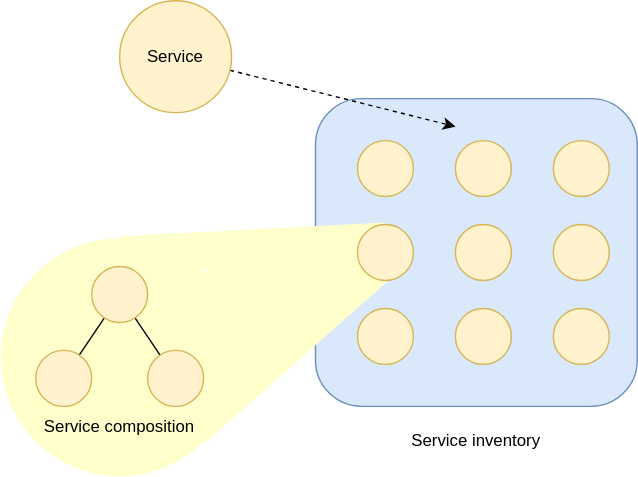
The draw.io diagram thesis/src/images/soa_architecture.svg in founek2/diploma-thesis, before a commit. Source tidied: cells renumbered, new cells last; positions are measured from the earlier drawing's top-left corner, leaving out a move shared by most shapes. Its diagram source:
```xml
<mxGraphModel>
  <root>
    <mxCell id="0" />
    <mxCell id="1" parent="0" />
    <mxCell id="2" style="rounded=1;whiteSpace=wrap;html=1;fillColor=#dae8fc;strokeColor=#6c8ebf;" parent="1" vertex="1">
      <mxGeometry x="225" y="70" width="230" height="220" as="geometry" />
    </mxCell>
    <mxCell id="3" style="rounded=0;jettySize=auto;html=1;dashed=1;entryX=0.435;entryY=0.091;entryDx=0;entryDy=0;entryPerimeter=0;" parent="1" edge="1" source="4" target="2">
      <mxGeometry relative="1" as="geometry" />
    </mxCell>
    <mxCell id="4" value="Service" style="ellipse;whiteSpace=wrap;html=1;fillColor=#fff2cc;strokeColor=#d6b656;" parent="1" vertex="1">
      <mxGeometry x="85" width="80" height="80" as="geometry" />
    </mxCell>
    <mxCell id="5" style="ellipse;whiteSpace=wrap;html=1;fillColor=#fff2cc;strokeColor=#d6b656;" parent="1" vertex="1">
      <mxGeometry x="255" y="100" width="40" height="40" as="geometry" />
    </mxCell>
    <mxCell id="6" style="ellipse;whiteSpace=wrap;html=1;fillColor=#fff2cc;strokeColor=#d6b656;" parent="1" vertex="1">
      <mxGeometry x="325" y="100" width="40" height="40" as="geometry" />
    </mxCell>
    <mxCell id="7" style="ellipse;whiteSpace=wrap;html=1;fillColor=#fff2cc;strokeColor=#d6b656;" parent="1" vertex="1">
      <mxGeometry x="395" y="100" width="40" height="40" as="geometry" />
    </mxCell>
    <mxCell id="8" style="ellipse;whiteSpace=wrap;html=1;fillColor=#fff2cc;strokeColor=#d6b656;" parent="1" vertex="1">
      <mxGeometry x="325" y="160" width="40" height="40" as="geometry" />
    </mxCell>
    <mxCell id="9" style="ellipse;whiteSpace=wrap;html=1;fillColor=#fff2cc;strokeColor=#d6b656;" parent="1" vertex="1">
      <mxGeometry x="395" y="160" width="40" height="40" as="geometry" />
    </mxCell>
    <mxCell id="10" style="ellipse;whiteSpace=wrap;html=1;fillColor=#fff2cc;strokeColor=#d6b656;" parent="1" vertex="1">
      <mxGeometry x="255" y="220" width="40" height="40" as="geometry" />
    </mxCell>
    <mxCell id="11" style="ellipse;whiteSpace=wrap;html=1;fillColor=#fff2cc;strokeColor=#d6b656;" parent="1" vertex="1">
      <mxGeometry x="325" y="220" width="40" height="40" as="geometry" />
    </mxCell>
    <mxCell id="12" style="ellipse;whiteSpace=wrap;html=1;fillColor=#fff2cc;strokeColor=#d6b656;" parent="1" vertex="1">
      <mxGeometry x="395" y="220" width="40" height="40" as="geometry" />
    </mxCell>
    <mxCell id="13" value="Service inventory" style="text;html=1;strokeColor=none;fillColor=none;align=center;verticalAlign=middle;whiteSpace=wrap;rounded=0;" parent="1" vertex="1">
      <mxGeometry x="290" y="300" width="100" height="30" as="geometry" />
    </mxCell>
    <mxCell id="14" style="endArrow=none;html=1;rounded=0;exitX=0.5;exitY=0;exitDx=0;exitDy=0;fillColor=#fff2cc;strokeColor=#FFFFCC;strokeWidth=3;entryX=0.5;entryY=0;entryDx=0;entryDy=0;" parent="1" edge="1" source="21" target="20">
      <mxGeometry relative="1" as="geometry" />
    </mxCell>
    <mxCell id="15" style="endArrow=none;html=1;rounded=0;exitX=1;exitY=1;exitDx=0;exitDy=0;entryX=0.5;entryY=1;entryDx=0;entryDy=0;fillColor=#fff2cc;strokeColor=#FFFFCC;strokeWidth=3;" parent="1" edge="1" source="21" target="20">
      <mxGeometry relative="1" as="geometry" />
    </mxCell>
    <mxCell id="16" style="endArrow=none;html=1;rounded=0;exitX=1;exitY=1;exitDx=0;exitDy=0;entryX=0.5;entryY=1;entryDx=0;entryDy=0;fillColor=#fff2cc;strokeColor=#FFFFCC;strokeWidth=24;" parent="1" edge="1">
      <mxGeometry relative="1" as="geometry">
        <mxPoint x="145" y="300" as="sourcePoint" />
        <mxPoint x="275" y="185" as="targetPoint" />
      </mxGeometry>
    </mxCell>
    <mxCell id="17" style="endArrow=none;html=1;rounded=0;exitX=0.111;exitY=0.714;exitDx=0;exitDy=0;entryX=0.5;entryY=1;entryDx=0;entryDy=0;fillColor=#fff2cc;strokeColor=#FFFFCC;strokeWidth=24;exitPerimeter=0;" parent="1" edge="1">
      <mxGeometry relative="1" as="geometry">
        <mxPoint x="105" y="290" as="sourcePoint" />
        <mxPoint x="270.6" y="181.4" as="targetPoint" />
      </mxGeometry>
    </mxCell>
    <mxCell id="18" style="endArrow=none;html=1;rounded=0;entryX=0.5;entryY=1;entryDx=0;entryDy=0;fillColor=#fff2cc;strokeColor=#FFFFCC;strokeWidth=24;exitX=0.618;exitY=0.059;exitDx=0;exitDy=0;exitPerimeter=0;" parent="1" edge="1">
      <mxGeometry relative="1" as="geometry">
        <mxPoint x="97" y="183" as="sourcePoint" />
        <mxPoint x="272.5" y="173" as="targetPoint" />
      </mxGeometry>
    </mxCell>
    <mxCell id="19" style="endArrow=none;html=1;rounded=0;fillColor=#fff2cc;strokeColor=#FFFFCC;strokeWidth=49;" parent="1" edge="1">
      <mxGeometry relative="1" as="geometry">
        <mxPoint x="119.7" y="226.9" as="sourcePoint" />
        <mxPoint x="245" y="190" as="targetPoint" />
      </mxGeometry>
    </mxCell>
    <mxCell id="20" style="ellipse;whiteSpace=wrap;html=1;fillColor=#fff2cc;strokeColor=#d6b656;" parent="1" vertex="1">
      <mxGeometry x="255" y="160" width="40" height="40" as="geometry" />
    </mxCell>
    <mxCell id="21" style="ellipse;whiteSpace=wrap;html=1;strokeColor=none;fillColor=#FFFFCC;" parent="1" vertex="1">
      <mxGeometry y="170" width="170" height="170" as="geometry" />
    </mxCell>
    <mxCell id="22" style="rounded=0;jettySize=auto;html=1;endArrow=none;endFill=0;" parent="1" edge="1" source="24" target="25">
      <mxGeometry relative="1" as="geometry" />
    </mxCell>
    <mxCell id="23" style="rounded=0;jettySize=auto;html=1;endArrow=none;endFill=0;" parent="1" edge="1" source="24" target="26">
      <mxGeometry relative="1" as="geometry" />
    </mxCell>
    <mxCell id="24" style="ellipse;whiteSpace=wrap;html=1;fillColor=#fff2cc;strokeColor=#d6b656;" parent="1" vertex="1">
      <mxGeometry x="65" y="190" width="40" height="40" as="geometry" />
    </mxCell>
    <mxCell id="25" style="ellipse;whiteSpace=wrap;html=1;fillColor=#fff2cc;strokeColor=#d6b656;" parent="1" vertex="1">
      <mxGeometry x="105" y="250" width="40" height="40" as="geometry" />
    </mxCell>
    <mxCell id="26" style="ellipse;whiteSpace=wrap;html=1;fillColor=#fff2cc;strokeColor=#d6b656;" parent="1" vertex="1">
      <mxGeometry x="25" y="250" width="40" height="40" as="geometry" />
    </mxCell>
    <mxCell id="27" value="&lt;div&gt;Service composition&lt;/div&gt;" style="text;html=1;strokeColor=none;fillColor=none;align=center;verticalAlign=middle;whiteSpace=wrap;rounded=0;" parent="1" vertex="1">
      <mxGeometry x="25" y="290" width="120" height="30" as="geometry" />
    </mxCell>
  </root>
</mxGraphModel>
```
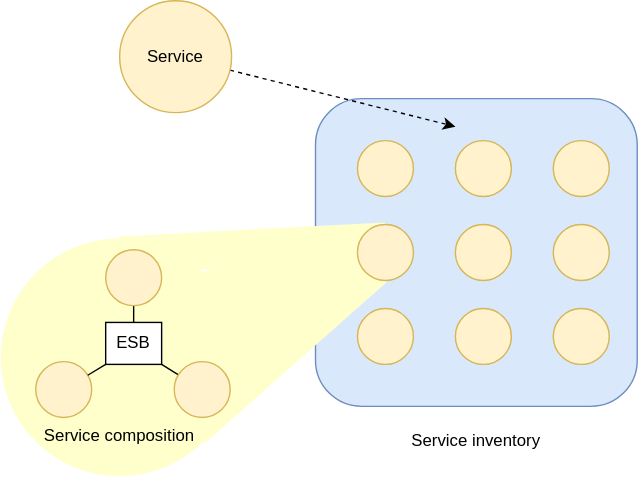
After the change.

Change to the diagram source:
```diff
@@ -74,23 +74,29 @@
     <mxCell id="21" style="ellipse;whiteSpace=wrap;html=1;strokeColor=none;fillColor=#FFFFCC;" parent="1" vertex="1">
       <mxGeometry y="170" width="170" height="170" as="geometry" />
     </mxCell>
-    <mxCell id="22" style="rounded=0;jettySize=auto;html=1;endArrow=none;endFill=0;" parent="1" edge="1" source="24" target="25">
-      <mxGeometry relative="1" as="geometry" />
-    </mxCell>
-    <mxCell id="23" style="rounded=0;jettySize=auto;html=1;endArrow=none;endFill=0;" parent="1" edge="1" source="24" target="26">
-      <mxGeometry relative="1" as="geometry" />
-    </mxCell>
+    <mxCell id="28" style="rounded=0;jettySize=auto;html=1;endArrow=none;endFill=0;" parent="1" edge="1" source="24" target="30">
+      <mxGeometry relative="1" as="geometry" />
+    </mxCell>
     <mxCell id="24" style="ellipse;whiteSpace=wrap;html=1;fillColor=#fff2cc;strokeColor=#d6b656;" parent="1" vertex="1">
-      <mxGeometry x="65" y="190" width="40" height="40" as="geometry" />
+      <mxGeometry x="75" y="178" width="40" height="40" as="geometry" />
     </mxCell>
+    <mxCell id="29" style="rounded=0;jettySize=auto;html=1;entryX=1;entryY=1;entryDx=0;entryDy=0;endArrow=none;endFill=0;" parent="1" edge="1" source="25" target="30">
+      <mxGeometry relative="1" as="geometry" />
+    </mxCell>
     <mxCell id="25" style="ellipse;whiteSpace=wrap;html=1;fillColor=#fff2cc;strokeColor=#d6b656;" parent="1" vertex="1">
-      <mxGeometry x="105" y="250" width="40" height="40" as="geometry" />
+      <mxGeometry x="124" y="258" width="40" height="40" as="geometry" />
     </mxCell>
     <mxCell id="26" style="ellipse;whiteSpace=wrap;html=1;fillColor=#fff2cc;strokeColor=#d6b656;" parent="1" vertex="1">
-      <mxGeometry x="25" y="250" width="40" height="40" as="geometry" />
+      <mxGeometry x="25" y="258" width="40" height="40" as="geometry" />
     </mxCell>
     <mxCell id="27" value="&lt;div&gt;Service composition&lt;/div&gt;" style="text;html=1;strokeColor=none;fillColor=none;align=center;verticalAlign=middle;whiteSpace=wrap;rounded=0;" parent="1" vertex="1">
-      <mxGeometry x="25" y="290" width="120" height="30" as="geometry" />
+      <mxGeometry x="25" y="296" width="120" height="30" as="geometry" />
     </mxCell>
+    <mxCell id="30" value="ESB" style="rounded=0;whiteSpace=wrap;html=1;" parent="1" vertex="1">
+      <mxGeometry x="75" y="230" width="40" height="30" as="geometry" />
+    </mxCell>
+    <mxCell id="31" style="rounded=0;jettySize=auto;html=1;entryX=0;entryY=1;entryDx=0;entryDy=0;endArrow=none;endFill=0;" parent="1" edge="1" source="26" target="30">
+      <mxGeometry relative="1" as="geometry" />
+    </mxCell>
   </root>
 </mxGraphModel>
```
